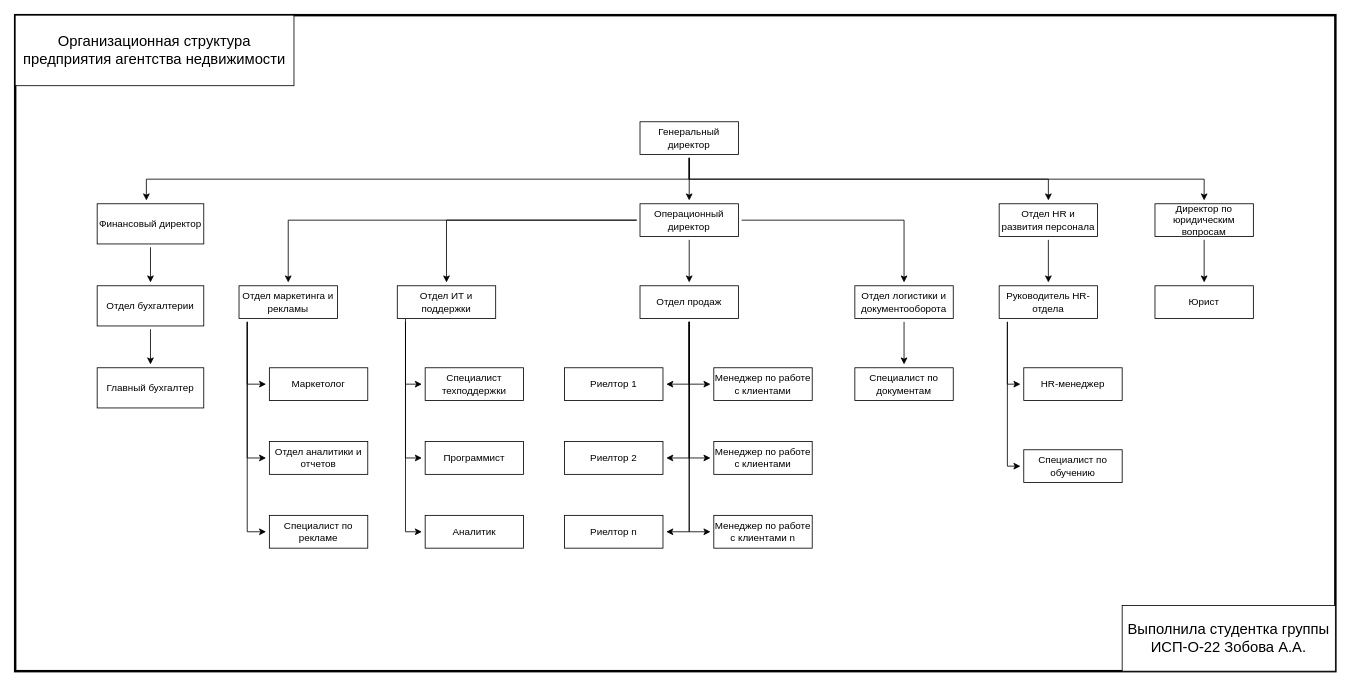
Before: page "Структура предприятия" (2 of 6) of media/Диаграммы - Попов А.В..drawio in ColdenI/Diploma-IS-food-production, a draw.io diagram. Source tidied: cells renumbered, new cells numbered last; positions are measured from the earlier drawing's top-left corner, leaving out a move shared by most shapes. Both pictures are drawn from the tidied source at 82%, with x=0, y=0 at pixel (15, 15).
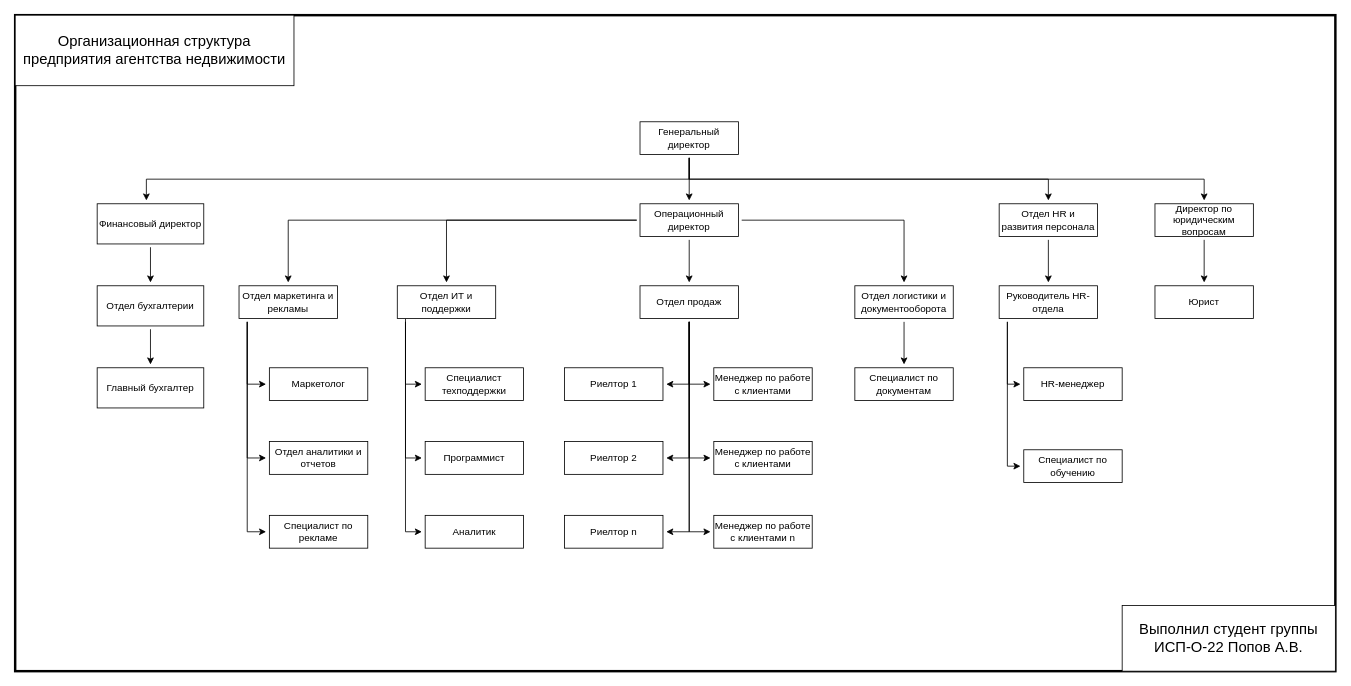
Above is the later version.

The edit, as a diff of the source:
```diff
@@
-    <mxCell id="59" value="Выполнила студентка группы ИСП-О-22 Зобова А.А." style="rounded=0;whiteSpace=wrap;html=1;fontSize=18;" parent="1" vertex="1">
+    <mxCell id="59" value="Выполнил студент группы ИСП-О-22 Попов А.В." style="rounded=0;whiteSpace=wrap;html=1;fontSize=18;" parent="1" vertex="1">
       <mxGeometry x="1350" y="720" width="260" height="80" as="geometry" />
     </mxCell>
```
